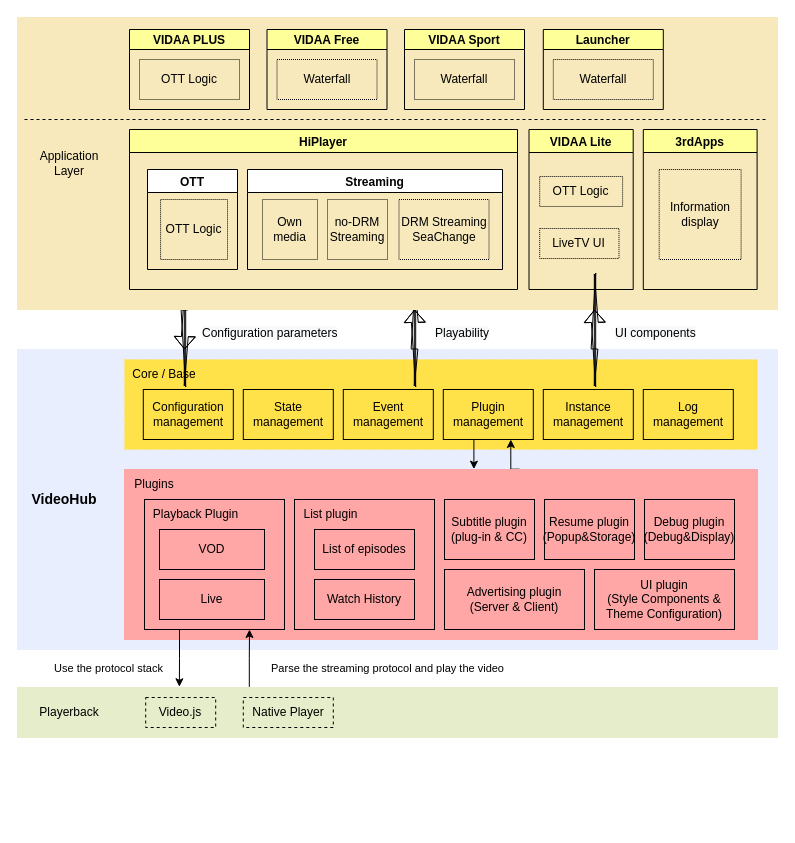
LeeDebug/drawio keeps this draw.io diagram as page "Architecture C1" (1 of 3) of VideoHub_SDK.drawio. Above is the earlier version. Source tidied: cells renumbered, new cells numbered last; positions are measured from the earlier drawing's top-left corner, leaving out a move shared by most shapes. Both pictures are drawn from the tidied source at 100%, with x=0, y=0 at pixel (17, 17).
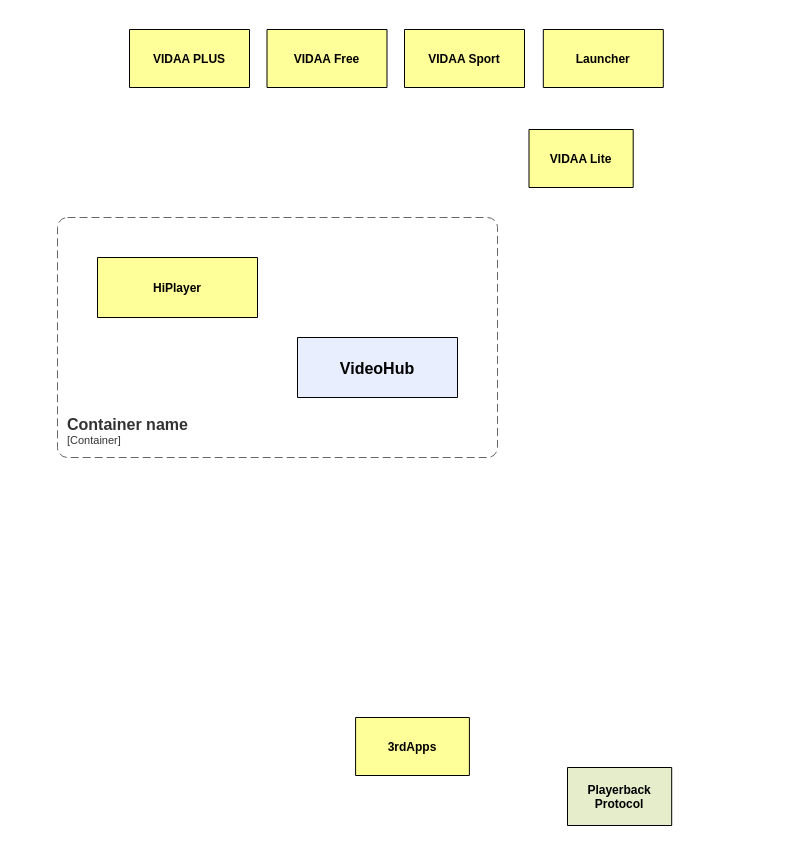
Above is the later version.

What changed in the source:
```diff
@@
-    <mxCell id="2" style="rounded=0;whiteSpace=wrap;html=1;strokeColor=#E5EDCA;fillColor=#e5edca;" parent="1" vertex="1">
-      <mxGeometry y="670" width="760" height="50" as="geometry" />
-    </mxCell>
-    <mxCell id="3" style="rounded=0;whiteSpace=wrap;html=1;strokeColor=#E8EEFD;fillColor=#e8eefd;" parent="1" vertex="1">
-      <mxGeometry y="332" width="760" height="300" as="geometry" />
-    </mxCell>
-    <mxCell id="4" style="rounded=0;whiteSpace=wrap;html=1;dashed=1;dashPattern=1 4;fillColor=#FFE14A;strokeColor=#FFE14A;" parent="1" vertex="1">
-      <mxGeometry x="107" y="342" width="633" height="90" as="geometry" />
-    </mxCell>
-    <mxCell id="5" style="edgeStyle=orthogonalEdgeStyle;shape=flexArrow;rounded=0;orthogonalLoop=1;jettySize=auto;html=1;exitX=0.25;exitY=1;exitDx=0;exitDy=0;entryX=0.25;entryY=0;entryDx=0;entryDy=0;width=6.779661016949153;endSize=3.796610169491526;endWidth=13.228957196207986;" parent="1" edge="1">
-      <mxGeometry relative="1" as="geometry">
-        <mxPoint x="167" y="292" as="sourcePoint" />
-        <mxPoint x="167" y="332" as="targetPoint" />
-      </mxGeometry>
-    </mxCell>
+    <mxCell id="42" value="HiPlayer" style="swimlane;labelBackgroundColor=none;fontColor=default;swimlaneFillColor=none;fillColor=#FFFF99;startSize=80;" parent="1" vertex="1">
+      <mxGeometry x="80" y="240" width="160" height="60" as="geometry" />
+    </mxCell>
+    <mxCell id="48" value="VIDAA Lite" style="swimlane;labelBackgroundColor=none;fontColor=default;fillColor=#FFFF99;startSize=58;" parent="1" vertex="1">
+      <mxGeometry x="511.5" y="112" width="104.2" height="58" as="geometry" />
+    </mxCell>
+    <mxCell id="51" value="3rdApps" style="swimlane;labelBackgroundColor=none;fontColor=default;fillColor=#FFFF99;startSize=58;" parent="1" vertex="1">
+      <mxGeometry x="338.1" y="700" width="113.8" height="58" as="geometry" />
+    </mxCell>
+    <mxCell id="55" value="VIDAA PLUS" style="swimlane;labelBackgroundColor=none;fontColor=default;fillColor=#FFFF99;startSize=58;" parent="1" vertex="1">
+      <mxGeometry x="112" y="12" width="120" height="58" as="geometry" />
+    </mxCell>
+    <mxCell id="57" value="VIDAA Free" style="swimlane;labelBackgroundColor=none;fontColor=default;fillColor=#FFFF99;startSize=58;" parent="1" vertex="1">
+      <mxGeometry x="249.5" y="12" width="120" height="58" as="geometry" />
+    </mxCell>
+    <mxCell id="59" value="VIDAA Sport" style="swimlane;labelBackgroundColor=none;fontColor=default;fillColor=#FFFF99;startSize=58;" parent="1" vertex="1">
+      <mxGeometry x="387" y="12" width="120" height="58" as="geometry" />
+    </mxCell>
+    <mxCell id="61" value="Launcher" style="swimlane;labelBackgroundColor=none;fontColor=default;fillColor=#FFFF99;startSize=58;" parent="1" vertex="1">
+      <mxGeometry x="525.8" y="12" width="120" height="58" as="geometry" />
+    </mxCell>
-    <mxCell id="6" value="&lt;b&gt;&lt;font style=&quot;font-size: 14px;&quot;&gt;VideoHub&lt;/font&gt;&lt;/b&gt;" style="text;html=1;strokeColor=none;fillColor=none;align=center;verticalAlign=middle;whiteSpace=wrap;rounded=0;" parent="1" vertex="1">
-      <mxGeometry x="7" y="472" width="80" height="20" as="geometry" />
+    <mxCell id="6" value="VideoHub" style="swimlane;labelBackgroundColor=none;fontColor=default;swimlaneFillColor=none;fillColor=#E8EEFD;startSize=60;fontSize=16;" parent="1" vertex="1">
+      <mxGeometry x="280" y="320" width="160" height="60" as="geometry" />
     </mxCell>
-    <mxCell id="7" value="&lt;span style=&quot;color: rgb(0, 0, 0); font-family: Helvetica; font-size: 12px; font-style: normal; font-variant-ligatures: no-common-ligatures; font-variant-caps: normal; font-weight: 400; letter-spacing: normal; orphans: 2; text-align: center; text-indent: 0px; text-transform: none; widows: 2; word-spacing: 0px; -webkit-text-stroke-width: 0px; background-color: rgb(248, 249, 250); text-decoration-thickness: initial; text-decoration-style: initial; text-decoration-color: initial; float: none; display: inline !important;&quot;&gt;Configuration parameters&lt;/span&gt;" style="text;whiteSpace=wrap;html=1;" parent="1" vertex="1">
-      <mxGeometry x="182.8" y="302" width="143" height="30" as="geometry" />
-    </mxCell>
-    <mxCell id="8" value="&lt;span style=&quot;color: rgb(0, 0, 0); font-family: Helvetica; font-size: 12px; font-style: normal; font-variant-ligatures: no-common-ligatures; font-variant-caps: normal; font-weight: 400; letter-spacing: normal; orphans: 2; text-align: center; text-indent: 0px; text-transform: none; widows: 2; word-spacing: 0px; -webkit-text-stroke-width: 0px; background-color: rgb(248, 249, 250); text-decoration-thickness: initial; text-decoration-style: initial; text-decoration-color: initial; float: none; display: inline !important;&quot;&gt;Playability&lt;/span&gt;" style="text;whiteSpace=wrap;html=1;" parent="1" vertex="1">
-      <mxGeometry x="415.8" y="302" width="80" height="30" as="geometry" />
-    </mxCell>
-    <mxCell id="9" value="State management" style="rounded=0;whiteSpace=wrap;html=1;fillColor=none;" parent="1" vertex="1">
-      <mxGeometry x="225.8" y="372" width="90" height="50" as="geometry" />
-    </mxCell>
-    <mxCell id="10" value="Configuration management" style="rounded=0;whiteSpace=wrap;html=1;strokeColor=#000000;fillColor=none;" parent="1" vertex="1">
-      <mxGeometry x="125.8" y="372" width="90" height="50" as="geometry" />
-    </mxCell>
-    <mxCell id="11" value="Core / Base" style="text;html=1;strokeColor=none;fillColor=none;align=center;verticalAlign=middle;whiteSpace=wrap;rounded=0;dashed=1;" parent="1" vertex="1">
-      <mxGeometry x="107" y="342" width="80" height="30" as="geometry" />
-    </mxCell>
-    <mxCell id="12" value="Instance management" style="rounded=0;whiteSpace=wrap;html=1;fillColor=none;" parent="1" vertex="1">
-      <mxGeometry x="525.8" y="372" width="90" height="50" as="geometry" />
-    </mxCell>
-    <mxCell id="13" value="Event management" style="rounded=0;whiteSpace=wrap;html=1;fillColor=none;" parent="1" vertex="1">
-      <mxGeometry x="325.8" y="372" width="90" height="50" as="geometry" />
-    </mxCell>
-    <mxCell id="14" style="edgeStyle=orthogonalEdgeStyle;rounded=0;jettySize=auto;html=1;exitX=0.624;exitY=-0.002;exitDx=0;exitDy=0;entryX=0.75;entryY=1;entryDx=0;entryDy=0;exitPerimeter=0;" parent="1" edge="1" source="15" target="21">
-      <mxGeometry relative="1" as="geometry" />
-    </mxCell>
-    <mxCell id="15" style="rounded=0;whiteSpace=wrap;html=1;fillColor=#FFA6A6;strokeColor=#FFA6A6;" parent="1" vertex="1">
-      <mxGeometry x="107" y="452" width="633" height="170" as="geometry" />
-    </mxCell>
-    <mxCell id="16" value="Plugins" style="text;html=1;strokeColor=none;fillColor=none;align=center;verticalAlign=middle;whiteSpace=wrap;rounded=0;dashed=1;" parent="1" vertex="1">
-      <mxGeometry x="107" y="452" width="60" height="30" as="geometry" />
-    </mxCell>
-    <mxCell id="17" style="edgeStyle=orthogonalEdgeStyle;rounded=0;jettySize=auto;html=1;exitX=0.25;exitY=1;exitDx=0;exitDy=0;entryX=0.213;entryY=-0.015;entryDx=0;entryDy=0;entryPerimeter=0;" parent="1" edge="1" source="19" target="2">
-      <mxGeometry relative="1" as="geometry" />
-    </mxCell>
-    <mxCell id="18" value="Use the protocol stack" style="edgeLabel;html=1;align=center;verticalAlign=middle;" parent="17" vertex="1">
-      <mxGeometry x="-0.18" y="-1" relative="1" as="geometry">
-        <mxPoint x="-71" y="14" as="offset" />
-      </mxGeometry>
-    </mxCell>
-    <mxCell id="19" style="rounded=0;whiteSpace=wrap;html=1;fillColor=none;" parent="1" vertex="1">
-      <mxGeometry x="127" y="482" width="140" height="130" as="geometry" />
-    </mxCell>
-    <mxCell id="20" style="edgeStyle=orthogonalEdgeStyle;rounded=0;jettySize=auto;html=1;exitX=0.25;exitY=1;exitDx=0;exitDy=0;entryX=0.552;entryY=-0.002;entryDx=0;entryDy=0;entryPerimeter=0;" parent="1" edge="1" source="21" target="15">
-      <mxGeometry relative="1" as="geometry" />
-    </mxCell>
-    <mxCell id="21" value="Plugin management" style="rounded=0;whiteSpace=wrap;html=1;fillColor=none;" parent="1" vertex="1">
-      <mxGeometry x="425.8" y="372" width="90" height="50" as="geometry" />
-    </mxCell>
-    <mxCell id="22" style="rounded=0;whiteSpace=wrap;html=1;fillColor=none;" parent="1" vertex="1">
-      <mxGeometry x="277" y="482" width="140" height="130" as="geometry" />
-    </mxCell>
-    <mxCell id="23" value="Playback Plugin" style="text;html=1;strokeColor=none;fillColor=none;align=center;verticalAlign=middle;whiteSpace=wrap;rounded=0;" parent="1" vertex="1">
-      <mxGeometry x="127" y="482" width="103" height="30" as="geometry" />
-    </mxCell>
-    <mxCell id="24" value="VOD" style="rounded=0;whiteSpace=wrap;html=1;fillColor=none;" parent="1" vertex="1">
-      <mxGeometry x="142" y="512" width="105" height="40" as="geometry" />
-    </mxCell>
-    <mxCell id="25" value="Log management" style="rounded=0;whiteSpace=wrap;html=1;fillColor=none;" parent="1" vertex="1">
-      <mxGeometry x="625.8" y="372" width="90" height="50" as="geometry" />
-    </mxCell>
-    <mxCell id="26" value="Live" style="rounded=0;whiteSpace=wrap;html=1;fillColor=none;" parent="1" vertex="1">
-      <mxGeometry x="142" y="562" width="105" height="40" as="geometry" />
-    </mxCell>
-    <mxCell id="27" value="List of episodes" style="rounded=0;whiteSpace=wrap;html=1;fillColor=none;" parent="1" vertex="1">
-      <mxGeometry x="297" y="512" width="100" height="40" as="geometry" />
-    </mxCell>
-    <mxCell id="28" value="List plugin" style="text;html=1;strokeColor=none;fillColor=none;align=center;verticalAlign=middle;whiteSpace=wrap;rounded=0;" parent="1" vertex="1">
-      <mxGeometry x="277" y="482" width="73" height="30" as="geometry" />
-    </mxCell>
-    <mxCell id="29" value="Watch History" style="rounded=0;whiteSpace=wrap;html=1;fillColor=none;" parent="1" vertex="1">
-      <mxGeometry x="297" y="562" width="100" height="40" as="geometry" />
-    </mxCell>
-    <mxCell id="30" value="&lt;div&gt;Subtitle plugin&lt;/div&gt;&lt;div&gt;(plug-in &amp;amp; CC)&lt;/div&gt;" style="rounded=0;whiteSpace=wrap;html=1;fillColor=none;" parent="1" vertex="1">
-      <mxGeometry x="427" y="482" width="90" height="60" as="geometry" />
-    </mxCell>
-    <mxCell id="31" value="&lt;div&gt;UI plugin&lt;/div&gt;&lt;div&gt;(Style Components &amp;amp; Theme Configuration)&lt;/div&gt;" style="rounded=0;whiteSpace=wrap;html=1;fillColor=none;" parent="1" vertex="1">
-      <mxGeometry x="577" y="552" width="140" height="60" as="geometry" />
-    </mxCell>
-    <mxCell id="32" value="&lt;div&gt;Debug plugin&lt;/div&gt;&lt;div&gt;(Debug&amp;amp;Display)&lt;/div&gt;" style="rounded=0;whiteSpace=wrap;html=1;fillColor=none;" parent="1" vertex="1">
-      <mxGeometry x="627" y="482" width="90" height="60" as="geometry" />
-    </mxCell>
-    <mxCell id="33" value="&lt;div&gt;Resume plugin&lt;/div&gt;&lt;div&gt;(Popup&amp;amp;Storage)&lt;/div&gt;" style="rounded=0;whiteSpace=wrap;html=1;fillColor=none;" parent="1" vertex="1">
-      <mxGeometry x="527" y="482" width="90" height="60" as="geometry" />
-    </mxCell>
-    <mxCell id="34" value="&lt;div&gt;Advertising plugin&lt;/div&gt;&lt;div&gt;(Server &amp;amp; Client)&lt;/div&gt;" style="rounded=0;whiteSpace=wrap;html=1;fillColor=none;" parent="1" vertex="1">
-      <mxGeometry x="427" y="552" width="140" height="60" as="geometry" />
-    </mxCell>
-    <mxCell id="35" style="edgeStyle=orthogonalEdgeStyle;shape=flexArrow;rounded=0;orthogonalLoop=1;jettySize=auto;html=1;exitX=0.25;exitY=1;exitDx=0;exitDy=0;width=6.779661016949153;endSize=3.796610169491526;endWidth=13.228957196207986;" parent="1" edge="1">
-      <mxGeometry relative="1" as="geometry">
-        <mxPoint x="397" y="332" as="sourcePoint" />
-        <mxPoint x="397" y="292" as="targetPoint" />
-      </mxGeometry>
-    </mxCell>
-    <mxCell id="36" style="edgeStyle=orthogonalEdgeStyle;rounded=0;jettySize=auto;html=1;entryX=0.75;entryY=1;entryDx=0;entryDy=0;exitX=0.305;exitY=-0.012;exitDx=0;exitDy=0;exitPerimeter=0;" parent="1" edge="1" source="2" target="19">
-      <mxGeometry relative="1" as="geometry" />
-    </mxCell>
-    <mxCell id="37" value="Parse the streaming protocol and play the video" style="edgeLabel;html=1;align=center;verticalAlign=middle;" parent="36" vertex="1">
-      <mxGeometry x="-0.37" relative="1" as="geometry">
-        <mxPoint x="138" y="-1" as="offset" />
-      </mxGeometry>
-    </mxCell>
-    <mxCell id="38" value="Video.js" style="rounded=0;whiteSpace=wrap;html=1;dashed=1;fillColor=none;" parent="1" vertex="1">
-      <mxGeometry x="128.2" y="680" width="70" height="30" as="geometry" />
-    </mxCell>
-    <mxCell id="39" value="Native Player" style="rounded=0;whiteSpace=wrap;html=1;dashed=1;fillColor=none;" parent="1" vertex="1">
-      <mxGeometry x="225.8" y="680" width="90" height="30" as="geometry" />
-    </mxCell>
-    <mxCell id="40" value="Playerback" style="text;html=1;strokeColor=none;fillColor=none;align=center;verticalAlign=middle;whiteSpace=wrap;rounded=0;" parent="1" vertex="1">
-      <mxGeometry x="2" y="685" width="100" height="20" as="geometry" />
-    </mxCell>
-    <mxCell id="41" style="rounded=0;whiteSpace=wrap;html=1;strokeColor=#F7E9BC;fillColor=#f7e9bc;" parent="1" vertex="1">
-      <mxGeometry width="760" height="292" as="geometry" />
-    </mxCell>
-    <mxCell id="42" value="HiPlayer" style="swimlane;labelBackgroundColor=none;fontColor=default;swimlaneFillColor=none;fillColor=#FFFF99;" parent="1" vertex="1">
-      <mxGeometry x="112" y="112" width="388" height="160" as="geometry" />
-    </mxCell>
-    <mxCell id="43" value="OTT" style="swimlane;" parent="42" vertex="1">
-      <mxGeometry x="18" y="40" width="90" height="100" as="geometry" />
-    </mxCell>
-    <mxCell id="44" value="OTT Logic" style="rounded=0;whiteSpace=wrap;html=1;fillColor=none;dashed=1;dashPattern=1 1;" parent="43" vertex="1">
-      <mxGeometry x="13.1" y="30" width="66.9" height="60" as="geometry" />
-    </mxCell>
-    <mxCell id="45" value="Streaming" style="swimlane;" parent="42" vertex="1">
-      <mxGeometry x="118" y="40" width="255" height="100" as="geometry" />
-    </mxCell>
-    <mxCell id="46" value="Own media" style="rounded=0;whiteSpace=wrap;html=1;fillColor=none;dashed=1;dashPattern=1 1;" parent="45" vertex="1">
-      <mxGeometry x="15" y="30" width="55" height="60" as="geometry" />
-    </mxCell>
-    <mxCell id="47" value="no-DRM Streaming" style="rounded=0;whiteSpace=wrap;html=1;fillColor=none;dashed=1;dashPattern=1 1;" parent="45" vertex="1">
-      <mxGeometry x="80" y="30" width="60" height="60" as="geometry" />
-    </mxCell>
-    <mxCell id="48" value="VIDAA Lite" style="swimlane;labelBackgroundColor=none;fontColor=default;fillColor=#FFFF99;" parent="1" vertex="1">
-      <mxGeometry x="511.5" y="112" width="104.2" height="160" as="geometry" />
-    </mxCell>
-    <mxCell id="49" value="OTT Logic" style="rounded=0;whiteSpace=wrap;html=1;fillColor=none;dashed=1;dashPattern=1 1;" parent="48" vertex="1">
-      <mxGeometry x="10.7" y="47" width="82.9" height="30" as="geometry" />
-    </mxCell>
-    <mxCell id="50" value="LiveTV UI" style="rounded=0;whiteSpace=wrap;html=1;fillColor=none;dashed=1;dashPattern=1 1;" parent="48" vertex="1">
-      <mxGeometry x="10.7" y="99" width="79.3" height="30" as="geometry" />
-    </mxCell>
-    <mxCell id="51" value="3rdApps" style="swimlane;labelBackgroundColor=none;fontColor=default;fillColor=#FFFF99;" parent="1" vertex="1">
-      <mxGeometry x="625.8" y="112" width="113.8" height="160" as="geometry" />
-    </mxCell>
-    <mxCell id="52" value="Information display" style="rounded=0;whiteSpace=wrap;html=1;fillColor=none;dashed=1;dashPattern=1 1;" parent="51" vertex="1">
-      <mxGeometry x="15.9" y="40" width="81.9" height="90" as="geometry" />
-    </mxCell>
-    <mxCell id="53" value="Application Layer" style="text;html=1;strokeColor=none;fillColor=none;align=center;verticalAlign=middle;whiteSpace=wrap;rounded=0;" parent="1" vertex="1">
-      <mxGeometry x="17" y="136" width="70" height="20" as="geometry" />
-    </mxCell>
-    <mxCell id="54" style="endArrow=none;html=1;strokeWidth=1;dashed=1;" parent="1" edge="1">
-      <mxGeometry relative="1" as="geometry">
-        <mxPoint x="7" y="102" as="sourcePoint" />
-        <mxPoint x="750" y="102" as="targetPoint" />
-      </mxGeometry>
-    </mxCell>
-    <mxCell id="55" value="VIDAA PLUS" style="swimlane;labelBackgroundColor=none;fontColor=default;fillColor=#FFFF99;startSize=20;" parent="1" vertex="1">
-      <mxGeometry x="112" y="12" width="120" height="80" as="geometry" />
-    </mxCell>
-    <mxCell id="56" value="OTT Logic" style="rounded=0;whiteSpace=wrap;html=1;fillColor=none;dashed=1;dashPattern=1 1;" parent="55" vertex="1">
-      <mxGeometry x="10" y="30" width="100" height="40" as="geometry" />
-    </mxCell>
-    <mxCell id="57" value="VIDAA Free" style="swimlane;labelBackgroundColor=none;fontColor=default;fillColor=#FFFF99;startSize=20;" parent="1" vertex="1">
-      <mxGeometry x="249.5" y="12" width="120" height="80" as="geometry" />
-    </mxCell>
-    <mxCell id="58" value="Waterfall" style="rounded=0;whiteSpace=wrap;html=1;fillColor=none;dashed=1;dashPattern=1 1;" parent="57" vertex="1">
-      <mxGeometry x="10" y="30" width="100" height="40" as="geometry" />
-    </mxCell>
-    <mxCell id="59" value="VIDAA Sport" style="swimlane;labelBackgroundColor=none;fontColor=default;fillColor=#FFFF99;startSize=20;" parent="1" vertex="1">
-      <mxGeometry x="387" y="12" width="120" height="80" as="geometry" />
-    </mxCell>
-    <mxCell id="60" value="Waterfall" style="rounded=0;whiteSpace=wrap;html=1;fillColor=none;dashed=1;dashPattern=1 1;" parent="59" vertex="1">
-      <mxGeometry x="10" y="30" width="100" height="40" as="geometry" />
-    </mxCell>
-    <mxCell id="61" value="Launcher" style="swimlane;labelBackgroundColor=none;fontColor=default;fillColor=#FFFF99;startSize=20;" parent="1" vertex="1">
-      <mxGeometry x="525.8" y="12" width="120" height="80" as="geometry" />
-    </mxCell>
-    <mxCell id="62" value="Waterfall" style="rounded=0;whiteSpace=wrap;html=1;fillColor=none;dashed=1;dashPattern=1 1;" parent="61" vertex="1">
-      <mxGeometry x="10" y="30" width="100" height="40" as="geometry" />
-    </mxCell>
-    <mxCell id="63" value="&lt;span style=&quot;color: rgb(0, 0, 0); font-family: Helvetica; font-size: 12px; font-style: normal; font-variant-ligatures: no-common-ligatures; font-variant-caps: normal; font-weight: 400; letter-spacing: normal; orphans: 2; text-align: center; text-indent: 0px; text-transform: none; widows: 2; word-spacing: 0px; -webkit-text-stroke-width: 0px; background-color: rgb(248, 249, 250); text-decoration-thickness: initial; text-decoration-style: initial; text-decoration-color: initial; float: none; display: inline !important;&quot;&gt;UI components&lt;/span&gt;" style="text;whiteSpace=wrap;html=1;" parent="1" vertex="1">
-      <mxGeometry x="595.8" y="302" width="94.2" height="30" as="geometry" />
-    </mxCell>
-    <mxCell id="64" style="edgeStyle=orthogonalEdgeStyle;shape=flexArrow;rounded=0;orthogonalLoop=1;jettySize=auto;html=1;exitX=0.25;exitY=1;exitDx=0;exitDy=0;width=6.779661016949153;endSize=3.796610169491526;endWidth=13.228957196207986;" parent="1" edge="1">
-      <mxGeometry relative="1" as="geometry">
-        <mxPoint x="577" y="332" as="sourcePoint" />
-        <mxPoint x="577" y="292" as="targetPoint" />
-      </mxGeometry>
-    </mxCell>
-    <mxCell id="65" value="DRM Streaming&lt;br&gt;SeaChange" style="rounded=0;whiteSpace=wrap;html=1;fillColor=none;dashed=1;dashPattern=1 1;" parent="1" vertex="1">
-      <mxGeometry x="381.5" y="182" width="90" height="60" as="geometry" />
-    </mxCell>
+    <mxCell id="66" value="Playerback&#10;Protocol" style="swimlane;labelBackgroundColor=none;fontColor=default;fillColor=#E5EDCA;startSize=58;" parent="1" vertex="1">
+      <mxGeometry x="550" y="750" width="104.2" height="58" as="geometry" />
+    </mxCell>
+    <object id="67" label="&lt;font style=&quot;font-size: 16px&quot;&gt;&lt;b&gt;&lt;div style=&quot;text-align: left&quot;&gt;%c4Name%&lt;/div&gt;&lt;/b&gt;&lt;/font&gt;&lt;div style=&quot;text-align: left&quot;&gt;[%c4Application%]&lt;/div&gt;" c4Application="Container" c4Name="Container name" placeholders="1">
+      <mxCell style="rounded=1;fontSize=11;whiteSpace=wrap;html=1;dashed=1;arcSize=20;fillColor=none;strokeColor=#666666;fontColor=#333333;labelBackgroundColor=none;align=left;verticalAlign=bottom;labelBorderColor=none;spacingTop=0;spacing=10;dashPattern=8 4;perimeter=rectanglePerimeter;noLabel=0;labelPadding=0;absoluteArcSize=1;" parent="1" vertex="1">
+        <mxGeometry x="40" y="200" width="440" height="240" as="geometry" />
+      </mxCell>
+    </object>
```
